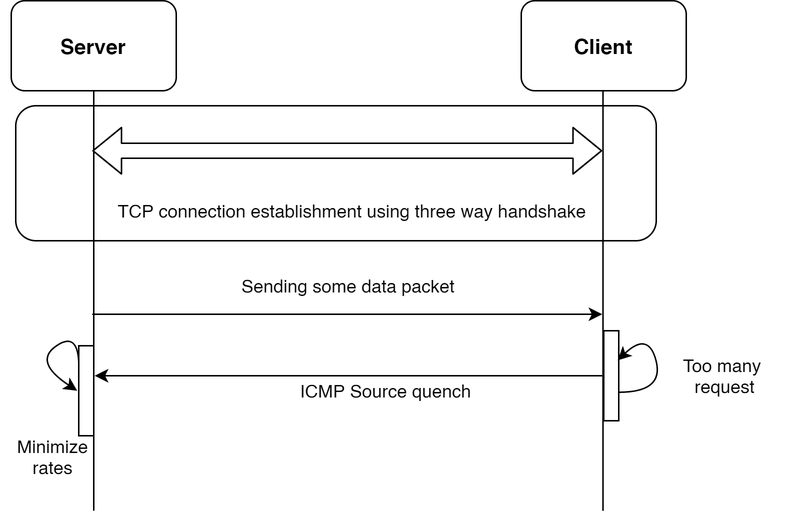
tahmidurrafid/ICMP-attack-against-TCP keeps this draw.io diagram as ICMP-attack-Page-4.png. Above is the earlier version. Source tidied: cells renumbered, new cells last; positions are measured from the earlier drawing's top-left corner, leaving out a move shared by most shapes. Its diagram source:
```xml
<mxGraphModel>
  <root>
    <mxCell id="0" />
    <mxCell id="1" parent="0" />
    <mxCell id="2" style="rounded=1;whiteSpace=wrap;html=1;sketch=0;" parent="1" vertex="1">
      <mxGeometry x="10" y="70" width="427" height="90" as="geometry" />
    </mxCell>
    <mxCell id="3" style="whiteSpace=wrap;html=1;rounded=1;" parent="1" vertex="1">
      <mxGeometry x="7" width="110" height="60" as="geometry" />
    </mxCell>
    <mxCell id="4" value="Server" style="text;html=1;strokeColor=none;fillColor=none;align=center;verticalAlign=middle;whiteSpace=wrap;fontStyle=1;fontSize=14;rounded=1;" parent="1" vertex="1">
      <mxGeometry x="42" y="20" width="40" height="20" as="geometry" />
    </mxCell>
    <mxCell id="5" style="whiteSpace=wrap;html=1;rounded=1;" parent="1" vertex="1">
      <mxGeometry x="347" width="110" height="60" as="geometry" />
    </mxCell>
    <mxCell id="6" value="Client" style="text;html=1;strokeColor=none;fillColor=none;align=center;verticalAlign=middle;whiteSpace=wrap;fontStyle=1;fontSize=14;rounded=1;" parent="1" vertex="1">
      <mxGeometry x="382" y="20" width="40" height="20" as="geometry" />
    </mxCell>
    <mxCell id="7" style="endArrow=none;html=1;entryX=0.5;entryY=1;entryDx=0;entryDy=0;" parent="1" edge="1" target="3">
      <mxGeometry relative="1" as="geometry">
        <mxPoint x="62" y="340" as="sourcePoint" />
      </mxGeometry>
    </mxCell>
    <mxCell id="8" style="endArrow=none;html=1;entryX=0.5;entryY=1;entryDx=0;entryDy=0;" parent="1" edge="1">
      <mxGeometry relative="1" as="geometry">
        <mxPoint x="401.5" y="340" as="sourcePoint" />
        <mxPoint x="401.5" y="60" as="targetPoint" />
      </mxGeometry>
    </mxCell>
    <mxCell id="9" style="endArrow=classic;html=1;" parent="1" edge="1">
      <mxGeometry relative="1" as="geometry">
        <mxPoint x="61" y="209" as="sourcePoint" />
        <mxPoint x="401" y="209" as="targetPoint" />
      </mxGeometry>
    </mxCell>
    <mxCell id="10" value="Sending some data packet" style="text;html=1;strokeColor=none;fillColor=none;align=center;verticalAlign=middle;whiteSpace=wrap;rounded=0;sketch=0;" parent="1" vertex="1">
      <mxGeometry x="142" y="180" width="180" height="20" as="geometry" />
    </mxCell>
    <mxCell id="11" style="endArrow=classic;html=1;" parent="1" edge="1">
      <mxGeometry relative="1" as="geometry">
        <mxPoint x="401" y="250" as="sourcePoint" />
        <mxPoint x="62.6" y="250" as="targetPoint" />
      </mxGeometry>
    </mxCell>
    <mxCell id="12" value="ICMP Source quench" style="text;html=1;strokeColor=none;fillColor=none;align=center;verticalAlign=middle;whiteSpace=wrap;rounded=0;sketch=0;" parent="1" vertex="1">
      <mxGeometry x="167" y="250" width="180" height="20" as="geometry" />
    </mxCell>
    <mxCell id="13" style="rounded=0;whiteSpace=wrap;html=1;sketch=0;" parent="1" vertex="1">
      <mxGeometry x="52" y="230" width="10" height="60" as="geometry" />
    </mxCell>
    <mxCell id="14" style="curved=1;endArrow=classic;html=1;" parent="1" edge="1">
      <mxGeometry relative="1" as="geometry">
        <mxPoint x="52" y="241" as="sourcePoint" />
        <mxPoint x="51" y="260" as="targetPoint" />
        <Array as="points">
          <mxPoint x="51" y="220" />
          <mxPoint x="22" y="241" />
        </Array>
      </mxGeometry>
    </mxCell>
    <mxCell id="15" style="shape=flexArrow;endArrow=classic;startArrow=classic;html=1;" parent="1" edge="1">
      <mxGeometry relative="1" as="geometry">
        <mxPoint x="61" y="100" as="sourcePoint" />
        <mxPoint x="401" y="100" as="targetPoint" />
      </mxGeometry>
    </mxCell>
    <mxCell id="16" value="TCP connection establishment using three way handshake" style="text;html=1;strokeColor=none;fillColor=none;align=center;verticalAlign=middle;whiteSpace=wrap;rounded=0;sketch=0;" parent="1" vertex="1">
      <mxGeometry x="62" y="130" width="345" height="20" as="geometry" />
    </mxCell>
    <mxCell id="17" value="Minimize rates" style="text;html=1;strokeColor=none;fillColor=none;align=center;verticalAlign=middle;whiteSpace=wrap;rounded=0;sketch=0;" parent="1" vertex="1">
      <mxGeometry y="294" width="70" height="20" as="geometry" />
    </mxCell>
    <mxCell id="18" style="rounded=0;whiteSpace=wrap;html=1;sketch=0;" parent="1" vertex="1">
      <mxGeometry x="402" y="220" width="10" height="60" as="geometry" />
    </mxCell>
    <mxCell id="19" style="curved=1;endArrow=classic;html=1;entryX=0.928;entryY=0.329;entryDx=0;entryDy=0;entryPerimeter=0;" parent="1" edge="1" target="18">
      <mxGeometry relative="1" as="geometry">
        <mxPoint x="412" y="261" as="sourcePoint" />
        <Array as="points">
          <mxPoint x="442" y="261" />
          <mxPoint x="432" y="220" />
        </Array>
      </mxGeometry>
    </mxCell>
    <mxCell id="20" value="Too many&amp;nbsp;&lt;br&gt;request" style="text;html=1;strokeColor=none;fillColor=none;align=center;verticalAlign=middle;whiteSpace=wrap;rounded=0;sketch=0;" parent="1" vertex="1">
      <mxGeometry x="444" y="240" width="78" height="20" as="geometry" />
    </mxCell>
  </root>
</mxGraphModel>
```
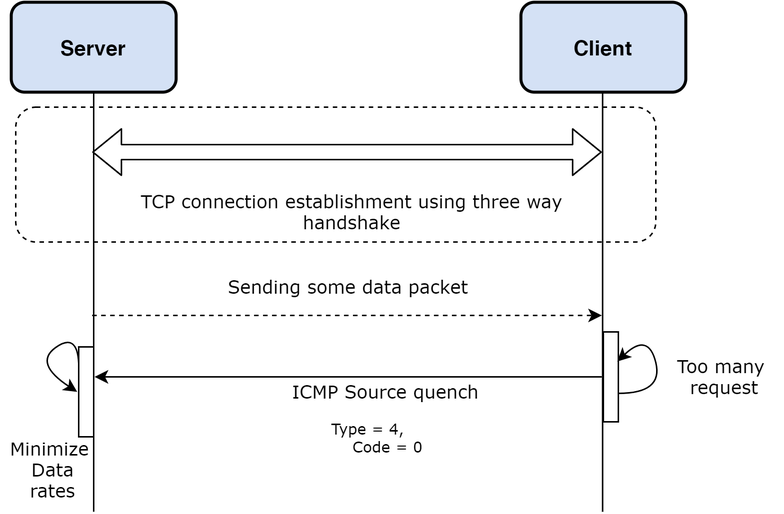
The same file after the commit.

Change to the diagram source:
```diff
@@ -2,16 +2,16 @@
   <root>
     <mxCell id="0" />
     <mxCell id="1" parent="0" />
-    <mxCell id="2" style="rounded=1;whiteSpace=wrap;html=1;sketch=0;" parent="1" vertex="1">
+    <mxCell id="2" style="rounded=1;whiteSpace=wrap;html=1;sketch=0;dashed=1;" parent="1" vertex="1">
       <mxGeometry x="10" y="70" width="427" height="90" as="geometry" />
     </mxCell>
-    <mxCell id="3" style="whiteSpace=wrap;html=1;rounded=1;" parent="1" vertex="1">
+    <mxCell id="3" style="whiteSpace=wrap;html=1;rounded=1;strokeWidth=2;fillColor=#D4E1F5;" parent="1" vertex="1">
       <mxGeometry x="7" width="110" height="60" as="geometry" />
     </mxCell>
     <mxCell id="4" value="Server" style="text;html=1;strokeColor=none;fillColor=none;align=center;verticalAlign=middle;whiteSpace=wrap;fontStyle=1;fontSize=14;rounded=1;" parent="1" vertex="1">
       <mxGeometry x="42" y="20" width="40" height="20" as="geometry" />
     </mxCell>
-    <mxCell id="5" style="whiteSpace=wrap;html=1;rounded=1;" parent="1" vertex="1">
+    <mxCell id="5" style="whiteSpace=wrap;html=1;rounded=1;strokeWidth=2;fillColor=#D4E1F5;" parent="1" vertex="1">
       <mxGeometry x="347" width="110" height="60" as="geometry" />
     </mxCell>
     <mxCell id="6" value="Client" style="text;html=1;strokeColor=none;fillColor=none;align=center;verticalAlign=middle;whiteSpace=wrap;fontStyle=1;fontSize=14;rounded=1;" parent="1" vertex="1">
@@ -28,13 +28,13 @@
         <mxPoint x="401.5" y="60" as="targetPoint" />
       </mxGeometry>
     </mxCell>
-    <mxCell id="9" style="endArrow=classic;html=1;" parent="1" edge="1">
+    <mxCell id="9" style="endArrow=classic;html=1;dashed=1;" parent="1" edge="1">
       <mxGeometry relative="1" as="geometry">
         <mxPoint x="61" y="209" as="sourcePoint" />
         <mxPoint x="401" y="209" as="targetPoint" />
       </mxGeometry>
     </mxCell>
-    <mxCell id="10" value="Sending some data packet" style="text;html=1;strokeColor=none;fillColor=none;align=center;verticalAlign=middle;whiteSpace=wrap;rounded=0;sketch=0;" parent="1" vertex="1">
+    <mxCell id="10" value="Sending some data packet" style="text;html=1;strokeColor=none;fillColor=none;align=center;verticalAlign=middle;whiteSpace=wrap;rounded=0;sketch=0;fontFamily=Verdana;" parent="1" vertex="1">
       <mxGeometry x="142" y="180" width="180" height="20" as="geometry" />
     </mxCell>
     <mxCell id="11" style="endArrow=classic;html=1;" parent="1" edge="1">
@@ -43,7 +43,7 @@
         <mxPoint x="62.6" y="250" as="targetPoint" />
       </mxGeometry>
     </mxCell>
-    <mxCell id="12" value="ICMP Source quench" style="text;html=1;strokeColor=none;fillColor=none;align=center;verticalAlign=middle;whiteSpace=wrap;rounded=0;sketch=0;" parent="1" vertex="1">
+    <mxCell id="12" value="ICMP Source quench" style="text;html=1;strokeColor=none;fillColor=none;align=center;verticalAlign=middle;whiteSpace=wrap;rounded=0;sketch=0;fontFamily=Verdana;" parent="1" vertex="1">
       <mxGeometry x="167" y="250" width="180" height="20" as="geometry" />
     </mxCell>
     <mxCell id="13" style="rounded=0;whiteSpace=wrap;html=1;sketch=0;" parent="1" vertex="1">
@@ -65,11 +65,11 @@
         <mxPoint x="401" y="100" as="targetPoint" />
       </mxGeometry>
     </mxCell>
-    <mxCell id="16" value="TCP connection establishment using three way handshake" style="text;html=1;strokeColor=none;fillColor=none;align=center;verticalAlign=middle;whiteSpace=wrap;rounded=0;sketch=0;" parent="1" vertex="1">
+    <mxCell id="16" value="TCP connection establishment using three way handshake" style="text;html=1;strokeColor=none;fillColor=none;align=center;verticalAlign=middle;whiteSpace=wrap;rounded=0;sketch=0;fontFamily=Verdana;" parent="1" vertex="1">
       <mxGeometry x="62" y="130" width="345" height="20" as="geometry" />
     </mxCell>
-    <mxCell id="17" value="Minimize rates" style="text;html=1;strokeColor=none;fillColor=none;align=center;verticalAlign=middle;whiteSpace=wrap;rounded=0;sketch=0;" parent="1" vertex="1">
-      <mxGeometry y="294" width="70" height="20" as="geometry" />
+    <mxCell id="17" value="Minimize &lt;br&gt;Data&lt;br&gt;rates" style="text;html=1;strokeColor=none;fillColor=none;align=center;verticalAlign=middle;whiteSpace=wrap;rounded=0;sketch=0;fontFamily=Verdana;" parent="1" vertex="1">
+      <mxGeometry y="302" width="70" height="20" as="geometry" />
     </mxCell>
     <mxCell id="18" style="rounded=0;whiteSpace=wrap;html=1;sketch=0;" parent="1" vertex="1">
       <mxGeometry x="402" y="220" width="10" height="60" as="geometry" />
@@ -83,8 +83,11 @@
         </Array>
       </mxGeometry>
     </mxCell>
-    <mxCell id="20" value="Too many&amp;nbsp;&lt;br&gt;request" style="text;html=1;strokeColor=none;fillColor=none;align=center;verticalAlign=middle;whiteSpace=wrap;rounded=0;sketch=0;" parent="1" vertex="1">
+    <mxCell id="20" value="Too many&amp;nbsp;&lt;br&gt;request" style="text;html=1;strokeColor=none;fillColor=none;align=center;verticalAlign=middle;whiteSpace=wrap;rounded=0;sketch=0;fontFamily=Verdana;" parent="1" vertex="1">
       <mxGeometry x="444" y="240" width="78" height="20" as="geometry" />
     </mxCell>
+    <mxCell id="21" value="Type = 4, &lt;br&gt;&amp;nbsp; &amp;nbsp; Code = 0" style="text;strokeColor=none;fillColor=none;align=left;verticalAlign=middle;rounded=0;sketch=0;fontFamily=Verdana;fontSize=10;whiteSpace=wrap;html=1;" parent="1" vertex="1">
+      <mxGeometry x="219" y="270" width="103" height="40" as="geometry" />
+    </mxCell>
   </root>
 </mxGraphModel>
```
